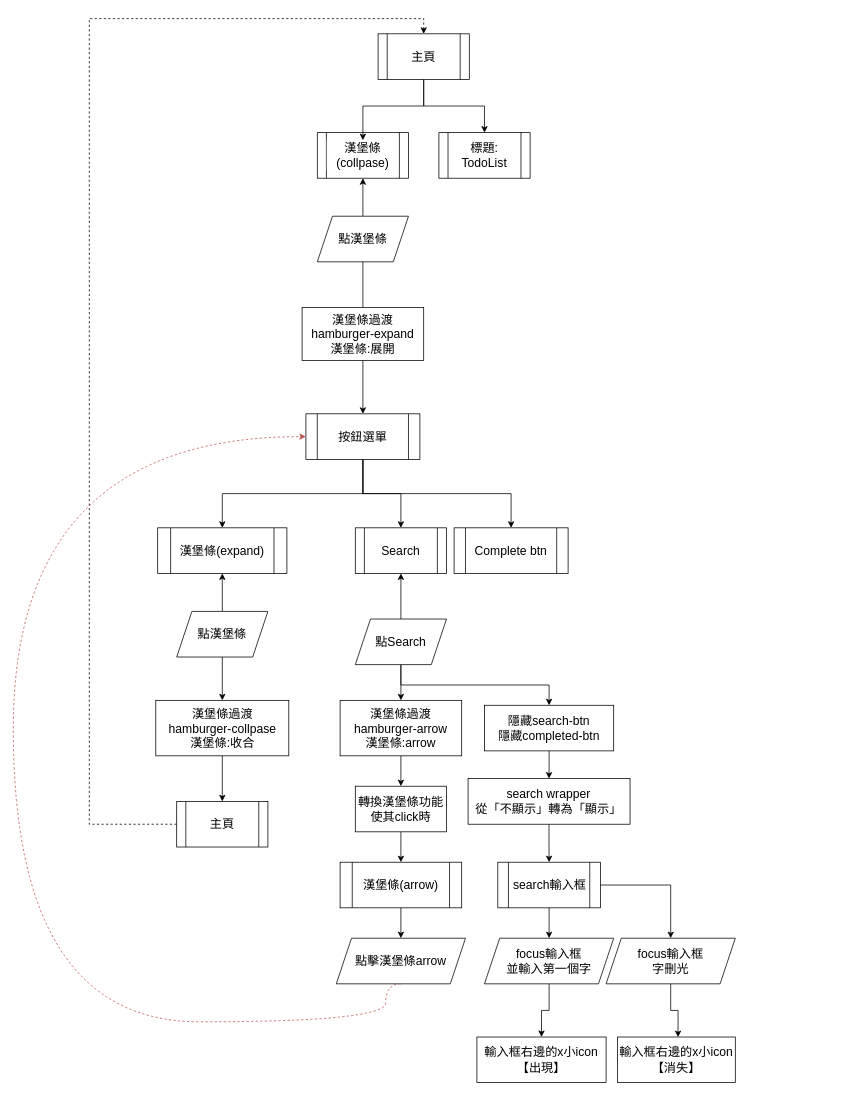
The draw.io diagram TodoList V2 Tailwind流程圖.drawio in crecpz/TodoList-V2-Tailwind, before the edit. Source tidied: cells renumbered, new cells numbered last; positions are measured from the earlier drawing's top-left corner, leaving out a move shared by most shapes. Both pictures are drawn from the tidied source at 76%, with x=0, y=0 at pixel (13, 18).
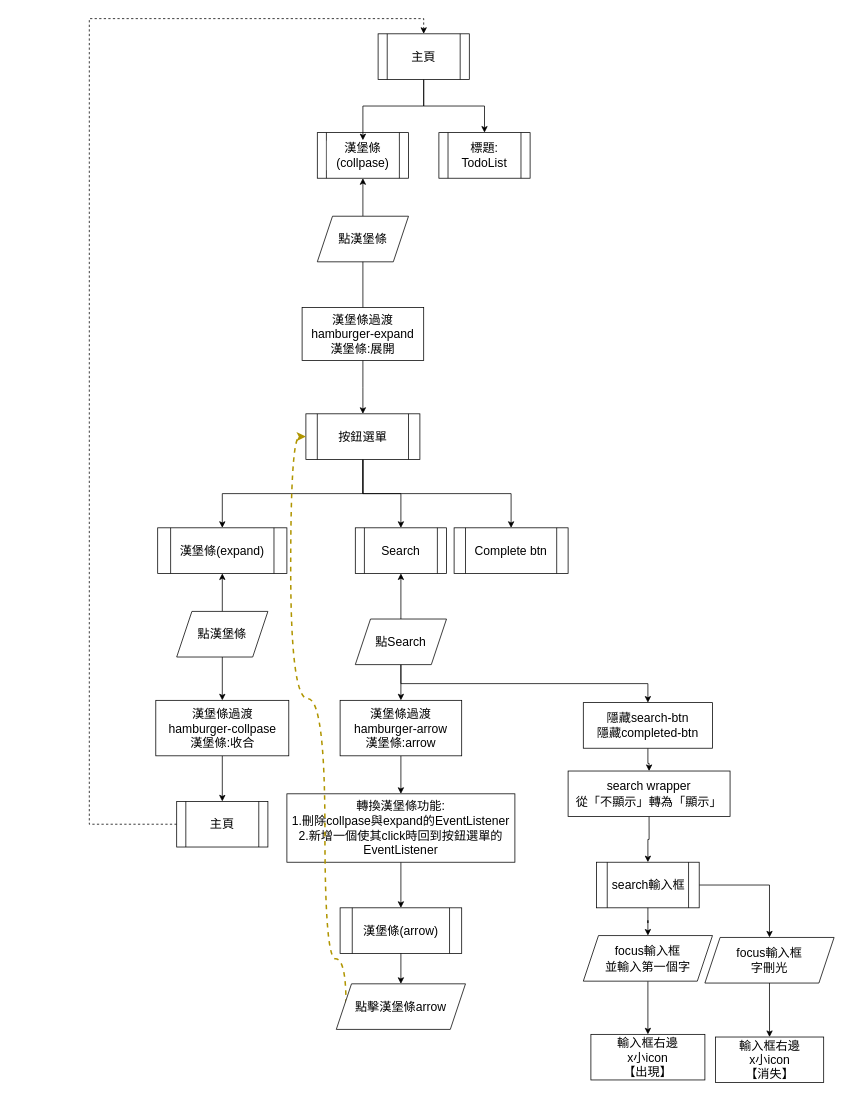
The same diagram, later.

Unchanged cells that the change refers to:
```xml
<mxCell id="7" value="按鈕選單" style="shape=process;whiteSpace=wrap;html=1;backgroundOutline=1;fontFamily=Helvetica;fontSize=16;fontColor=default;align=center;strokeColor=default;fillColor=default;" parent="1" vertex="1">
  <mxGeometry x="385" y="520" width="150" height="60" as="geometry" />
</mxCell>
```

Diff of the diagram source:
```diff
@@
-    <mxCell id="8" value="&lt;font style=&quot;font-size: 16px;&quot;&gt;漢堡條(&lt;span style=&quot;background-color: rgb(255, 255, 255); font-size: 16px;&quot;&gt;expand&lt;/span&gt;)&lt;/font&gt;" style="shape=process;whiteSpace=wrap;html=1;backgroundOutline=1;fontFamily=Helvetica;fontSize=16;fontColor=default;align=center;strokeColor=default;fillColor=default;" parent="1" vertex="1">
+    <mxCell id="8" value="&lt;font style=&quot;font-size: 16px&quot;&gt;漢堡條(&lt;span style=&quot;font-size: 16px&quot;&gt;expand&lt;/span&gt;)&lt;/font&gt;" style="shape=process;whiteSpace=wrap;html=1;backgroundOutline=1;fontFamily=Helvetica;fontSize=16;fontColor=default;align=center;strokeColor=default;fillColor=default;rounded=0;" parent="1" vertex="1">
       <mxGeometry x="190" y="670" width="170" height="60" as="geometry" />
     </mxCell>
@@
-    <mxCell id="12" value="&lt;span style=&quot;font-size: 16px; background-color: rgb(255, 255, 255);&quot;&gt;漢堡條&lt;/span&gt;&lt;span style=&quot;font-size: 16px; background-color: rgb(255, 255, 255);&quot;&gt;過渡&lt;/span&gt;&lt;br style=&quot;font-size: 16px;&quot;&gt;&lt;span style=&quot;font-size: 16px; background-color: rgb(255, 255, 255);&quot;&gt;hamburger-expand&lt;br style=&quot;font-size: 16px;&quot;&gt;漢堡條:展開&lt;br style=&quot;font-size: 16px;&quot;&gt;&lt;/span&gt;" style="rounded=0;whiteSpace=wrap;html=1;fontFamily=Helvetica;fontSize=16;fontColor=default;strokeColor=default;fillColor=default;" parent="1" vertex="1">
+    <mxCell id="12" value="&lt;span style=&quot;font-size: 16px&quot;&gt;漢堡條&lt;/span&gt;&lt;span style=&quot;font-size: 16px&quot;&gt;過渡&lt;/span&gt;&lt;br style=&quot;font-size: 16px&quot;&gt;&lt;span style=&quot;font-size: 16px&quot;&gt;hamburger-expand&lt;br style=&quot;font-size: 16px&quot;&gt;漢堡條:展開&lt;br style=&quot;font-size: 16px&quot;&gt;&lt;/span&gt;" style="rounded=0;whiteSpace=wrap;html=1;fontFamily=Helvetica;fontSize=16;fontColor=default;strokeColor=default;fillColor=default;" parent="1" vertex="1">
       <mxGeometry x="380" y="380" width="160" height="70" as="geometry" />
     </mxCell>
@@
-    <mxCell id="20" value="&lt;span style=&quot;font-size: 16px; background-color: rgb(255, 255, 255);&quot;&gt;漢堡條過渡&lt;/span&gt;&lt;br style=&quot;font-size: 16px;&quot;&gt;&lt;span style=&quot;font-size: 16px; background-color: rgb(255, 255, 255);&quot;&gt;hamburger-collpase&lt;br style=&quot;font-size: 16px;&quot;&gt;漢堡條:收合&lt;/span&gt;" style="whiteSpace=wrap;html=1;fontSize=16;" parent="1" vertex="1">
+    <mxCell id="20" value="&lt;span style=&quot;font-size: 16px&quot;&gt;漢堡條過渡&lt;/span&gt;&lt;br style=&quot;font-size: 16px&quot;&gt;&lt;span style=&quot;font-size: 16px&quot;&gt;hamburger-collpase&lt;br style=&quot;font-size: 16px&quot;&gt;漢堡條:收合&lt;/span&gt;" style="whiteSpace=wrap;html=1;fontSize=16;fillColor=default;rounded=0;" parent="1" vertex="1">
       <mxGeometry x="187.5" y="897" width="175" height="73" as="geometry" />
     </mxCell>
@@
-    <mxCell id="32" value="&lt;span style=&quot;font-size: 16px; background-color: rgb(255, 255, 255);&quot;&gt;漢堡條&lt;/span&gt;&lt;span style=&quot;font-size: 16px; background-color: rgb(255, 255, 255);&quot;&gt;過渡&lt;/span&gt;&lt;br style=&quot;font-size: 16px;&quot;&gt;&lt;span style=&quot;font-size: 16px; background-color: rgb(255, 255, 255);&quot;&gt;hamburger-arrow&lt;br style=&quot;font-size: 16px;&quot;&gt;漢堡條:&lt;/span&gt;&lt;span style=&quot;font-size: 16px; background-color: rgb(255, 255, 255);&quot;&gt;arrow&lt;/span&gt;" style="rounded=0;whiteSpace=wrap;html=1;fontFamily=Helvetica;fontSize=16;fontColor=default;strokeColor=default;fillColor=default;" parent="1" vertex="1">
+    <mxCell id="32" value="&lt;span style=&quot;font-size: 16px&quot;&gt;漢堡條&lt;/span&gt;&lt;span style=&quot;font-size: 16px&quot;&gt;過渡&lt;/span&gt;&lt;br style=&quot;font-size: 16px&quot;&gt;&lt;span style=&quot;font-size: 16px&quot;&gt;hamburger-arrow&lt;br style=&quot;font-size: 16px&quot;&gt;漢堡條:&lt;/span&gt;&lt;span style=&quot;font-size: 16px&quot;&gt;arrow&lt;/span&gt;" style="rounded=0;whiteSpace=wrap;html=1;fontFamily=Helvetica;fontSize=16;fontColor=default;strokeColor=default;fillColor=default;" parent="1" vertex="1">
       <mxGeometry x="430" y="897" width="160" height="73" as="geometry" />
     </mxCell>
-    <mxCell id="33" value="&lt;span style=&quot;font-size: 16px; background-color: rgb(255, 255, 255);&quot;&gt;漢堡條(arrow)&lt;/span&gt;" style="shape=process;whiteSpace=wrap;html=1;backgroundOutline=1;fontFamily=Helvetica;fontSize=16;fontColor=default;align=center;strokeColor=default;fillColor=default;" parent="1" vertex="1">
-      <mxGeometry x="430" y="1110" width="160" height="60" as="geometry" />
+    <mxCell id="33" value="&lt;span style=&quot;font-size: 16px&quot;&gt;漢堡條(arrow)&lt;/span&gt;" style="shape=process;whiteSpace=wrap;html=1;backgroundOutline=1;fontFamily=Helvetica;fontSize=16;fontColor=default;align=center;strokeColor=default;fillColor=default;" parent="1" vertex="1">
+      <mxGeometry x="430" y="1170" width="160" height="60" as="geometry" />
     </mxCell>
-    <mxCell id="34" value="轉換漢堡條功能&lt;br&gt;使其click時" style="whiteSpace=wrap;html=1;fontSize=16;rounded=0;" parent="1" vertex="1">
-      <mxGeometry x="450" y="1010" width="120" height="60" as="geometry" />
+    <mxCell id="34" value="轉換漢堡條功能:&lt;br&gt;1.刪除collpase與expand的EventListener&lt;br&gt;2.新增一個使其click時回到按鈕選單的EventListener" style="whiteSpace=wrap;html=1;fontSize=16;rounded=0;" parent="1" vertex="1">
+      <mxGeometry x="360" y="1020" width="300" height="90" as="geometry" />
     </mxCell>
-    <mxCell id="35" style="edgeStyle=orthogonalEdgeStyle;shape=connector;rounded=0;jettySize=auto;html=1;labelBackgroundColor=default;fontFamily=Helvetica;fontSize=16;fontColor=default;endArrow=classic;strokeColor=default;" parent="1" edge="1" source="36" target="38">
+    <mxCell id="35" style="edgeStyle=orthogonalEdgeStyle;shape=connector;rounded=0;jettySize=auto;html=1;labelBackgroundColor=default;fontFamily=Helvetica;fontSize=16;fontColor=default;endArrow=classic;strokeColor=default;entryX=0.5;entryY=0;entryDx=0;entryDy=0;" parent="1" edge="1" source="36" target="38">
       <mxGeometry relative="1" as="geometry" />
     </mxCell>
     <mxCell id="36" value="隱藏search-btn&lt;br&gt;隱藏completed-btn" style="rounded=0;whiteSpace=wrap;html=1;fontFamily=Helvetica;fontSize=16;fontColor=default;strokeColor=default;fillColor=default;" parent="1" vertex="1">
-      <mxGeometry x="620" y="903.5" width="170" height="60" as="geometry" />
+      <mxGeometry x="750" y="900" width="170" height="60" as="geometry" />
     </mxCell>
-    <mxCell id="37" style="edgeStyle=orthogonalEdgeStyle;shape=connector;rounded=0;jettySize=auto;html=1;labelBackgroundColor=default;fontFamily=Helvetica;fontSize=16;fontColor=default;endArrow=classic;strokeColor=default;entryX=0.5;entryY=0;entryDx=0;entryDy=0;" parent="1" edge="1" source="38" target="40">
+    <mxCell id="37" style="edgeStyle=orthogonalEdgeStyle;shape=connector;rounded=0;jettySize=auto;html=1;labelBackgroundColor=default;fontFamily=Helvetica;fontSize=16;fontColor=default;endArrow=classic;strokeColor=default;entryX=0.5;entryY=0;entryDx=0;entryDy=0;exitX=0.5;exitY=1;exitDx=0;exitDy=0;" parent="1" edge="1" source="38" target="40">
       <mxGeometry relative="1" as="geometry" />
     </mxCell>
     <mxCell id="38" value="search wrapper&lt;br&gt;從「不顯示」轉為「顯示」" style="whiteSpace=wrap;html=1;fontSize=16;rounded=0;" parent="1" vertex="1">
-      <mxGeometry x="598.4" y="1000" width="213.1" height="60" as="geometry" />
+      <mxGeometry x="730" y="990" width="213.1" height="60" as="geometry" />
     </mxCell>
@@
     <mxCell id="40" value="search輸入框" style="shape=process;whiteSpace=wrap;html=1;backgroundOutline=1;fontFamily=Helvetica;fontSize=16;fontColor=default;strokeColor=default;fillColor=default;" parent="1" vertex="1">
-      <mxGeometry x="637.5" y="1110" width="135" height="60" as="geometry" />
+      <mxGeometry x="767.5" y="1110" width="135" height="60" as="geometry" />
     </mxCell>
-    <mxCell id="41" style="edgeStyle=orthogonalEdgeStyle;shape=connector;rounded=0;jettySize=auto;html=1;labelBackgroundColor=default;fontFamily=Helvetica;fontSize=16;fontColor=default;endArrow=classic;strokeColor=#b85450;dashed=1;curved=1;entryX=0;entryY=0.5;entryDx=0;entryDy=0;fillColor=#f8cecc;exitX=0.5;exitY=1;exitDx=0;exitDy=0;" parent="1" edge="1" source="42" target="7">
+    <mxCell id="41" style="edgeStyle=orthogonalEdgeStyle;shape=connector;rounded=0;jettySize=auto;html=1;labelBackgroundColor=default;fontFamily=Helvetica;fontSize=16;fontColor=default;endArrow=classic;strokeColor=#B09500;dashed=1;curved=1;entryX=0;entryY=0.5;entryDx=0;entryDy=0;fillColor=#e3c800;exitX=0.075;exitY=0.444;exitDx=0;exitDy=0;strokeWidth=2;exitPerimeter=0;" parent="1" edge="1" source="42" target="7">
       <mxGeometry relative="1" as="geometry">
         <Array as="points">
-          <mxPoint x="490" y="1270" />
-          <mxPoint x="490" y="1320" />
-          <mxPoint y="1320" />
-          <mxPoint y="550" />
+          <mxPoint x="410" y="1237" />
+          <mxPoint x="410" y="895" />
+          <mxPoint x="365" y="895" />
+          <mxPoint x="365" y="550" />
         </Array>
       </mxGeometry>
     </mxCell>
     <mxCell id="42" value="點擊漢堡條arrow" style="shape=parallelogram;perimeter=parallelogramPerimeter;whiteSpace=wrap;html=1;fixedSize=1;fontFamily=Helvetica;fontSize=16;fontColor=default;strokeColor=default;fillColor=default;" parent="1" vertex="1">
-      <mxGeometry x="425" y="1210" width="170" height="60" as="geometry" />
+      <mxGeometry x="425" y="1270" width="170" height="60" as="geometry" />
     </mxCell>
@@
     <mxCell id="45" value="focus輸入框&lt;br&gt;並輸入第一個字" style="shape=parallelogram;perimeter=parallelogramPerimeter;whiteSpace=wrap;html=1;fixedSize=1;fontFamily=Helvetica;fontSize=16;fontColor=default;strokeColor=default;fillColor=default;" parent="1" vertex="1">
-      <mxGeometry x="620" y="1210" width="170" height="60" as="geometry" />
+      <mxGeometry x="750" y="1206.5" width="170" height="60" as="geometry" />
     </mxCell>
@@
-    <mxCell id="47" value="輸入框右邊的x小icon&lt;br&gt;【出現】" style="whiteSpace=wrap;html=1;fontSize=16;" parent="1" vertex="1">
-      <mxGeometry x="610" y="1340" width="170" height="60" as="geometry" />
+    <mxCell id="47" value="輸入框右邊&lt;br&gt;x小icon&lt;br&gt;【出現】" style="whiteSpace=wrap;html=1;fontSize=16;" parent="1" vertex="1">
+      <mxGeometry x="760" y="1336.5" width="150" height="60" as="geometry" />
     </mxCell>
-    <mxCell id="48" style="edgeStyle=orthogonalEdgeStyle;shape=connector;rounded=0;jettySize=auto;html=1;entryX=0.514;entryY=0.003;entryDx=0;entryDy=0;entryPerimeter=0;labelBackgroundColor=default;fontFamily=Helvetica;fontSize=16;fontColor=default;endArrow=classic;strokeColor=default;" parent="1" edge="1" source="49" target="50">
+    <mxCell id="48" style="edgeStyle=orthogonalEdgeStyle;shape=connector;rounded=0;jettySize=auto;html=1;entryX=0.5;entryY=0;entryDx=0;entryDy=0;labelBackgroundColor=default;fontFamily=Helvetica;fontSize=16;fontColor=default;endArrow=classic;strokeColor=default;" parent="1" edge="1" source="49" target="50">
       <mxGeometry relative="1" as="geometry" />
     </mxCell>
     <mxCell id="49" value="focus輸入框&lt;br&gt;字刪光" style="shape=parallelogram;perimeter=parallelogramPerimeter;whiteSpace=wrap;html=1;fixedSize=1;fontFamily=Helvetica;fontSize=16;fontColor=default;strokeColor=default;fillColor=default;" parent="1" vertex="1">
-      <mxGeometry x="780" y="1210" width="170" height="60" as="geometry" />
+      <mxGeometry x="910" y="1209" width="170" height="60" as="geometry" />
     </mxCell>
-    <mxCell id="50" value="輸入框右邊的x小icon&lt;br&gt;【消失】" style="whiteSpace=wrap;html=1;fontSize=16;" parent="1" vertex="1">
-      <mxGeometry x="795" y="1340" width="155" height="60" as="geometry" />
+    <mxCell id="50" value="輸入框右邊&lt;br&gt;x小icon&lt;br&gt;【消失】" style="whiteSpace=wrap;html=1;fontSize=16;" parent="1" vertex="1">
+      <mxGeometry x="923.8" y="1340" width="142.5" height="60" as="geometry" />
     </mxCell>
```
